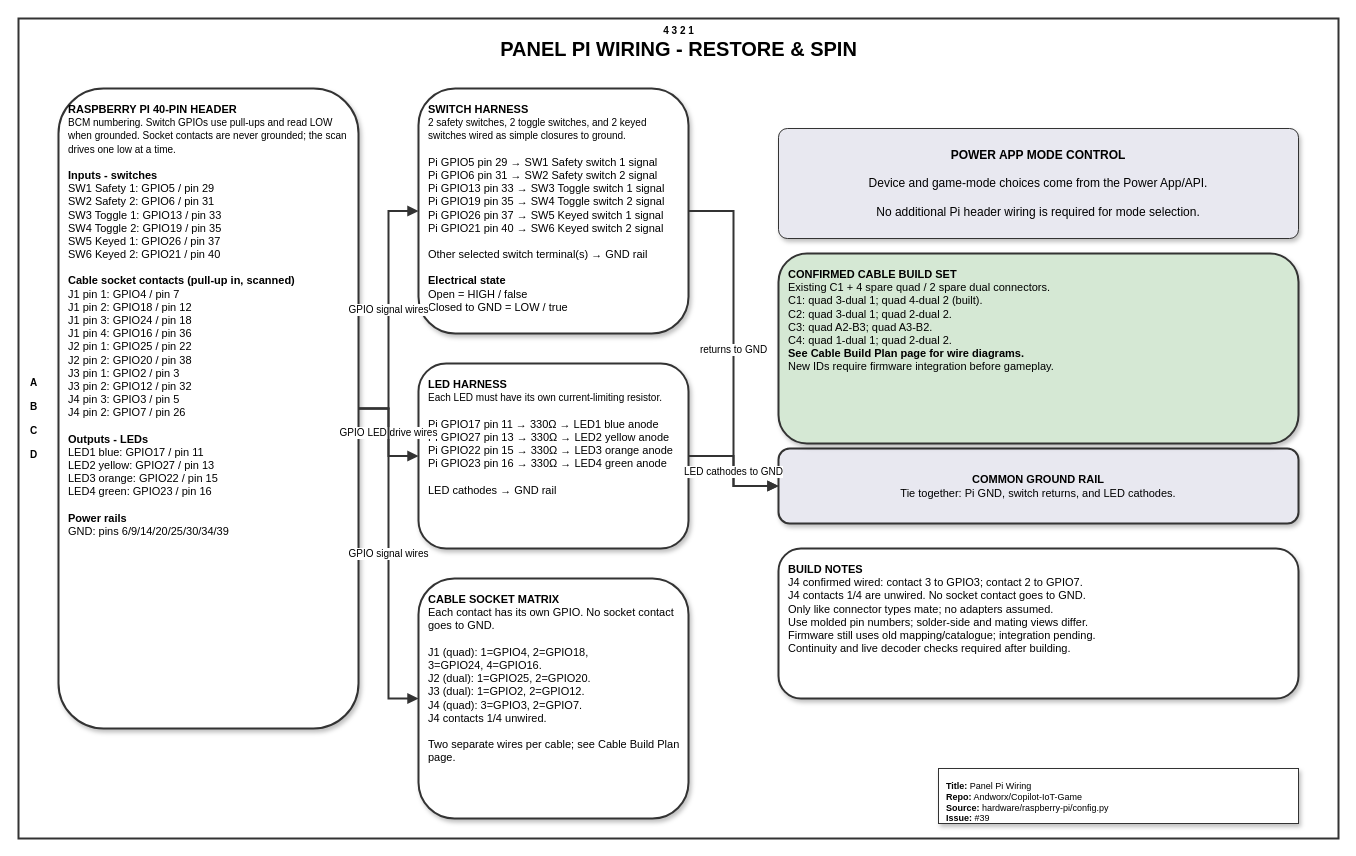
The draw.io diagram page "Panel Pi Wiring" (1 of 2) of hardware/raspberry-pi/panel-pi-wiring.drawio in Andworx/Copilot-IoT-Game, before the edit. Source tidied: cells renumbered, new cells numbered last; positions are measured from the earlier drawing's top-left corner, leaving out a move shared by most shapes. Both pictures are drawn from the tidied source at 100%, with x=0, y=0 at pixel (18, 18).
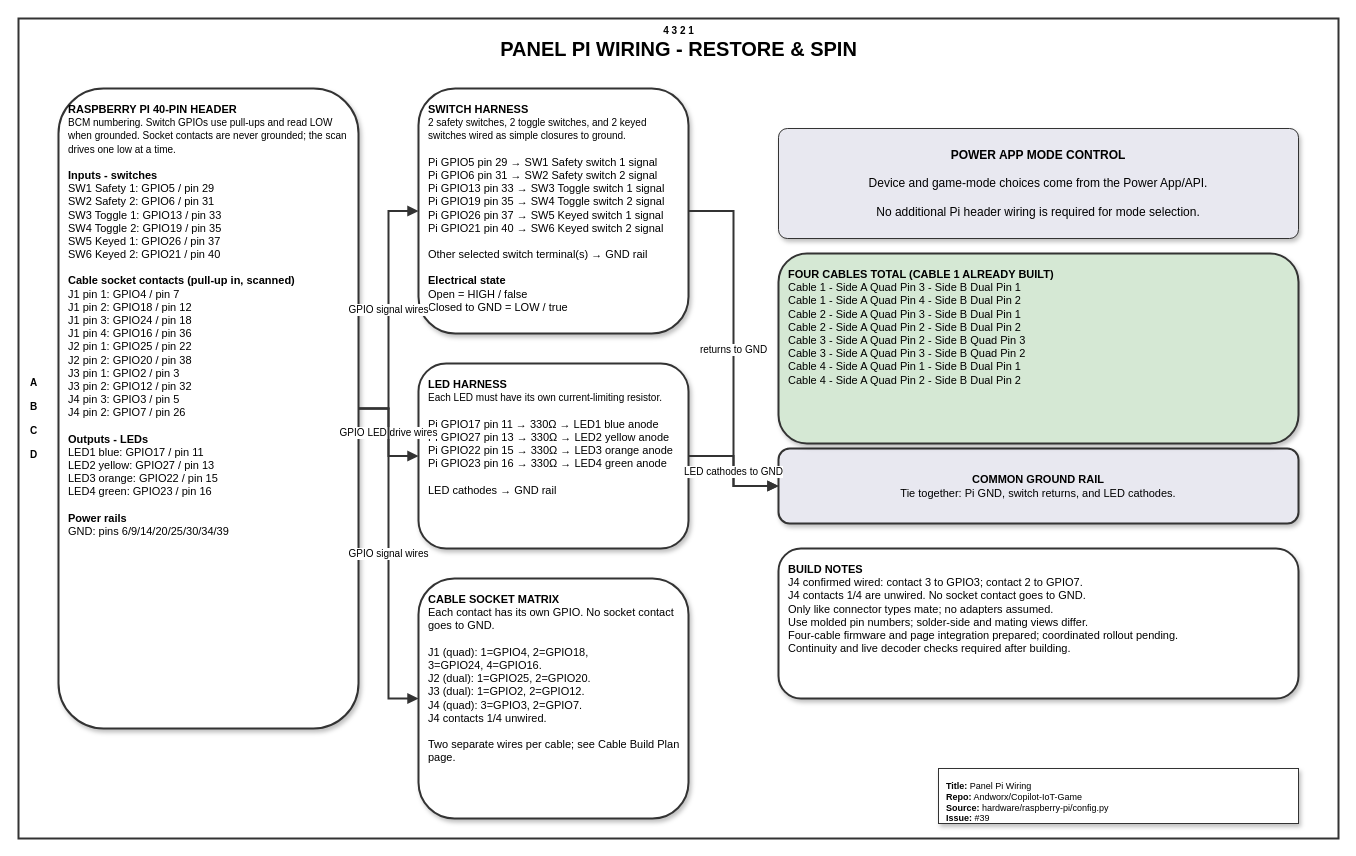
Above is the later version.

Diff of the diagram source:
```diff
@@
-    <mxCell id="11" value="&lt;b&gt;CONFIRMED CABLE BUILD SET&lt;/b&gt;&lt;br&gt;Existing C1 + 4 spare quad / 2 spare dual connectors.&lt;br&gt;C1: quad 3-dual 1; quad 4-dual 2 (built).&lt;br&gt;C2: quad 3-dual 1; quad 2-dual 2.&lt;br&gt;C3: quad A2-B3; quad A3-B2.&lt;br&gt;C4: quad 1-dual 1; quad 2-dual 2.&lt;br&gt;&lt;b&gt;See Cable Build Plan page for wire diagrams.&lt;/b&gt;&lt;br&gt;New IDs require firmware integration before gameplay." style="rounded=1;shadow=1;strokeColor=#333333;fillColor=#D5E8D4;strokeWidth=2;fontSize=11;fontFamily=Helvetica;align=left;verticalAlign=top;spacing=10;whiteSpace=wrap;html=1;" parent="1" vertex="1">
+    <mxCell id="11" value="&lt;b&gt;FOUR CABLES TOTAL (CABLE 1 ALREADY BUILT)&lt;/b&gt;&lt;br&gt;Cable 1 - Side A Quad Pin 3 - Side B Dual Pin 1&lt;br&gt;Cable 1 - Side A Quad Pin 4 - Side B Dual Pin 2&lt;br&gt;Cable 2 - Side A Quad Pin 3 - Side B Dual Pin 1&lt;br&gt;Cable 2 - Side A Quad Pin 2 - Side B Dual Pin 2&lt;br&gt;Cable 3 - Side A Quad Pin 2 - Side B Quad Pin 3&lt;br&gt;Cable 3 - Side A Quad Pin 3 - Side B Quad Pin 2&lt;br&gt;Cable 4 - Side A Quad Pin 1 - Side B Dual Pin 1&lt;br&gt;Cable 4 - Side A Quad Pin 2 - Side B Dual Pin 2" style="rounded=1;shadow=1;strokeColor=#333333;fillColor=#D5E8D4;strokeWidth=2;fontSize=11;fontFamily=Helvetica;align=left;verticalAlign=top;spacing=10;whiteSpace=wrap;html=1;" parent="1" vertex="1">
       <mxGeometry x="760" y="235" width="520" height="190" as="geometry" />
     </mxCell>
-    <mxCell id="12" value="&lt;b&gt;BUILD NOTES&lt;/b&gt;&lt;br&gt;J4 confirmed wired: contact 3 to GPIO3; contact 2 to GPIO7.&lt;br&gt;J4 contacts 1/4 are unwired. No socket contact goes to GND.&lt;br&gt;Only like connector types mate; no adapters assumed.&lt;br&gt;Use molded pin numbers; solder-side and mating views differ.&lt;br&gt;Firmware still uses old mapping/catalogue; integration pending.&lt;br&gt;Continuity and live decoder checks required after building." style="rounded=1;shadow=1;strokeColor=#333333;fillColor=#FFFFFF;strokeWidth=2;fontSize=11;fontFamily=Helvetica;align=left;verticalAlign=top;spacing=10;whiteSpace=wrap;html=1;" parent="1" vertex="1">
+    <mxCell id="12" value="&lt;b&gt;BUILD NOTES&lt;/b&gt;&lt;br&gt;J4 confirmed wired: contact 3 to GPIO3; contact 2 to GPIO7.&lt;br&gt;J4 contacts 1/4 are unwired. No socket contact goes to GND.&lt;br&gt;Only like connector types mate; no adapters assumed.&lt;br&gt;Use molded pin numbers; solder-side and mating views differ.&lt;br&gt;Four-cable firmware and page integration prepared; coordinated rollout pending.&lt;br&gt;Continuity and live decoder checks required after building." style="rounded=1;shadow=1;strokeColor=#333333;fillColor=#FFFFFF;strokeWidth=2;fontSize=11;fontFamily=Helvetica;align=left;verticalAlign=top;spacing=10;whiteSpace=wrap;html=1;" parent="1" vertex="1">
       <mxGeometry x="760" y="530" width="520" height="150" as="geometry" />
     </mxCell>
```
